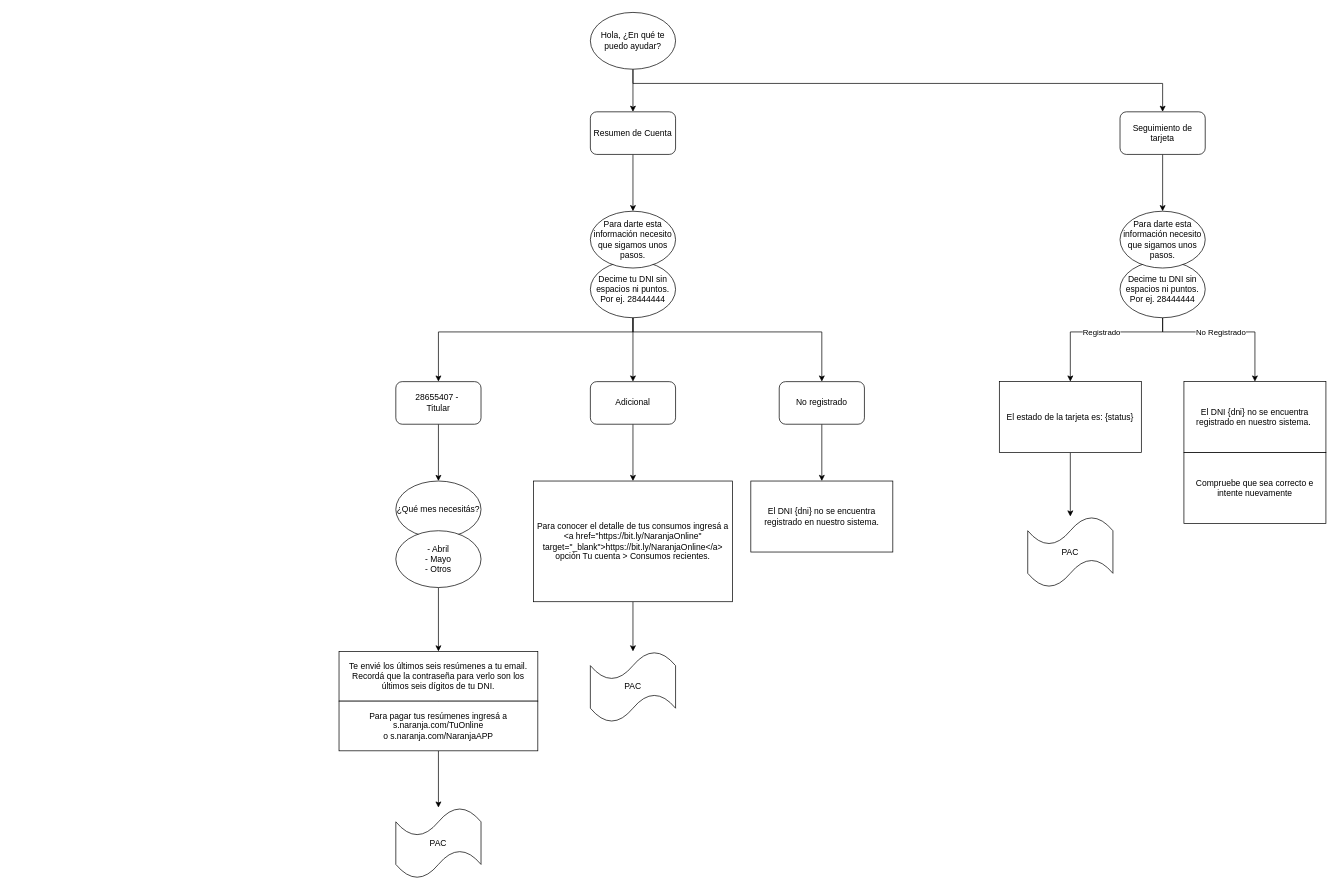
The draw.io diagram Resumen de Cuenta.drawio in sschuf/rasa-nlu, before the edit. Source tidied: cells renumbered, new cells numbered last; positions are measured from the earlier drawing's top-left corner, leaving out a move shared by most shapes. Both pictures are drawn from the tidied source at 71%, with x=0, y=0 at pixel (339, 12).
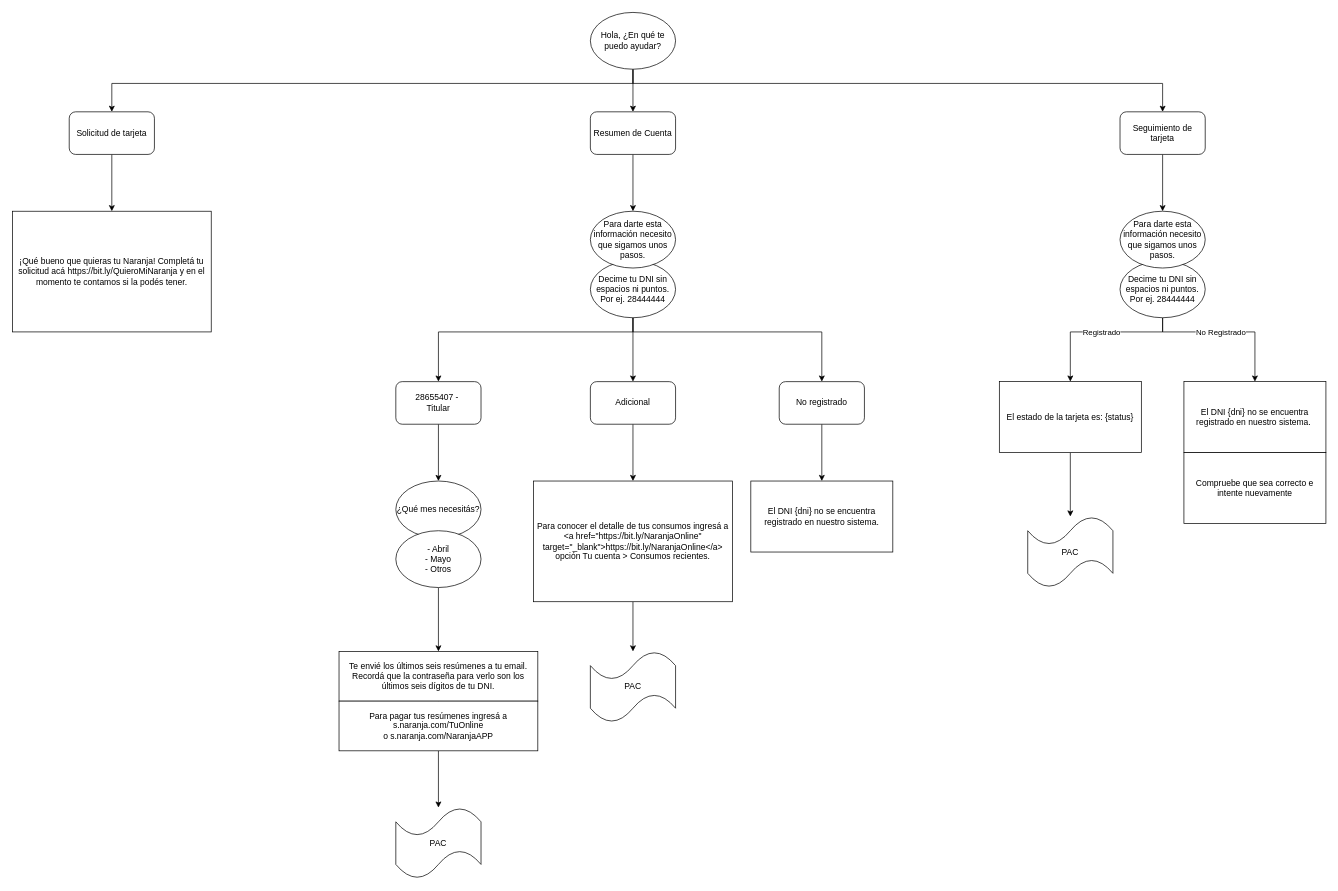
After the change.

The change refers to these unchanged cells:
```xml
<mxCell id="4" value="Hola, ¿En qué te puedo ayudar?" style="ellipse;whiteSpace=wrap;html=1;" parent="1" vertex="1">
  <mxGeometry x="354" width="120" height="80" as="geometry" />
</mxCell>
```

Change to the diagram source:
```diff
@@
+    <mxCell id="43" style="edgeStyle=orthogonalEdgeStyle;rounded=0;jettySize=auto;html=1;" parent="1" edge="1" source="4" target="45">
+      <mxGeometry relative="1" as="geometry">
+        <Array as="points">
+          <mxPoint x="414" y="100" />
+          <mxPoint x="-320" y="100" />
+        </Array>
+      </mxGeometry>
+    </mxCell>
@@
+    <mxCell id="44" style="edgeStyle=orthogonalEdgeStyle;rounded=0;jettySize=auto;html=1;" parent="1" edge="1" source="45" target="46">
+      <mxGeometry relative="1" as="geometry" />
+    </mxCell>
+    <mxCell id="45" value="Solicitud de tarjeta" style="rounded=1;whiteSpace=wrap;html=1;" parent="1" vertex="1">
+      <mxGeometry x="-380" y="140" width="120" height="60" as="geometry" />
+    </mxCell>
+    <mxCell id="46" value="¡Qué bueno que quieras tu Naranja! Completá tu solicitud acá https://bit.ly/QuieroMiNaranja y en el momento te contamos si la podés tener." style="whiteSpace=wrap;html=1;align=center;verticalAlign=middle;" parent="1" vertex="1">
+      <mxGeometry x="-460" y="280" width="280" height="170" as="geometry" />
+    </mxCell>
```
